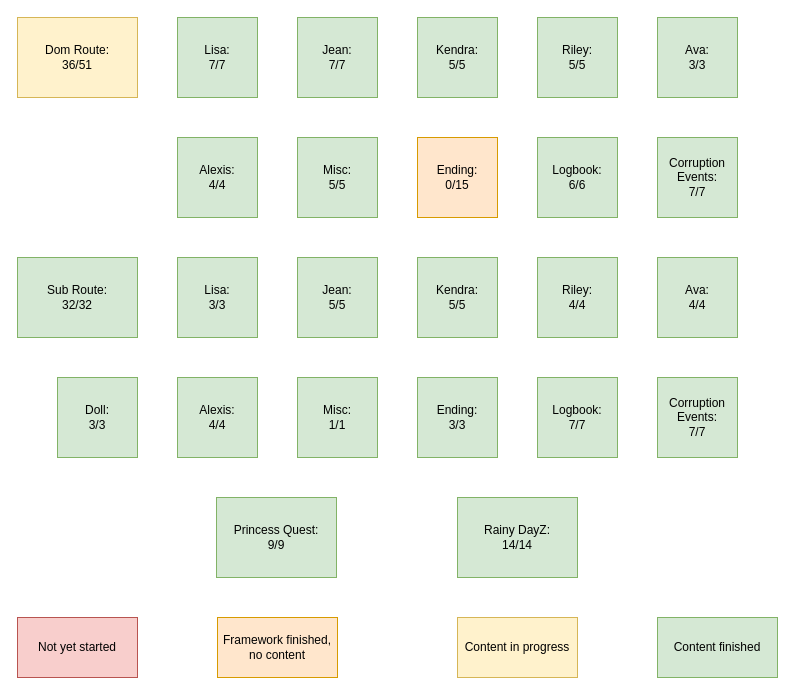
Before: Human Alteration App/scripts/gamefiles/Untitled Diagram.drawio in NoodleJacuzzi/noodlejacuzzi.github.io, a draw.io diagram. Source tidied: cells renumbered, new cells numbered last; positions are measured from the earlier drawing's top-left corner, leaving out a move shared by most shapes. Both pictures are drawn from the tidied source at 100%, with x=0, y=0 at pixel (17, 17).
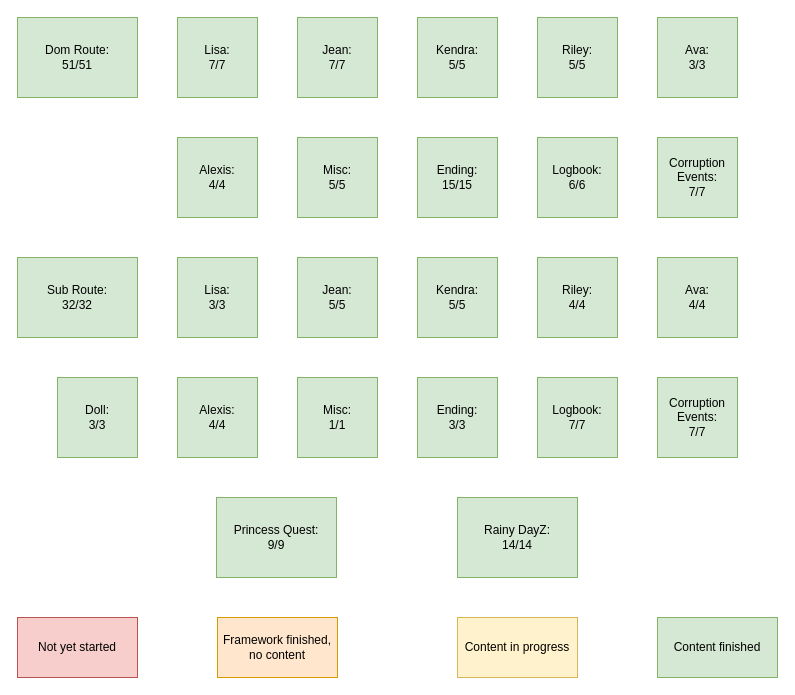
After the change.

Change to the diagram source:
```diff
@@
-    <mxCell id="2" value="&lt;div&gt;Dom Route:&lt;/div&gt;&lt;div&gt;36/51&lt;br&gt;&lt;/div&gt;" style="rounded=0;whiteSpace=wrap;html=1;fillColor=#fff2cc;strokeColor=#d6b656;" parent="1" vertex="1">
+    <mxCell id="2" value="&lt;div&gt;Dom Route:&lt;/div&gt;&lt;div&gt;51/51&lt;br&gt;&lt;/div&gt;" style="rounded=0;whiteSpace=wrap;html=1;fillColor=#d5e8d4;strokeColor=#82b366;" parent="1" vertex="1">
       <mxGeometry width="120" height="80" as="geometry" />
     </mxCell>
@@
-    <mxCell id="22" value="&lt;div&gt;Ending:&lt;/div&gt;&lt;div&gt;0/15&lt;br&gt;&lt;/div&gt;" style="rounded=0;whiteSpace=wrap;html=1;fillColor=#ffe6cc;strokeColor=#d79b00;" parent="1" vertex="1">
+    <mxCell id="22" value="&lt;div&gt;Ending:&lt;/div&gt;&lt;div&gt;15/15&lt;br&gt;&lt;/div&gt;" style="rounded=0;whiteSpace=wrap;html=1;fillColor=#d5e8d4;strokeColor=#82b366;" parent="1" vertex="1">
       <mxGeometry x="400" y="120" width="80" height="80" as="geometry" />
     </mxCell>
```
